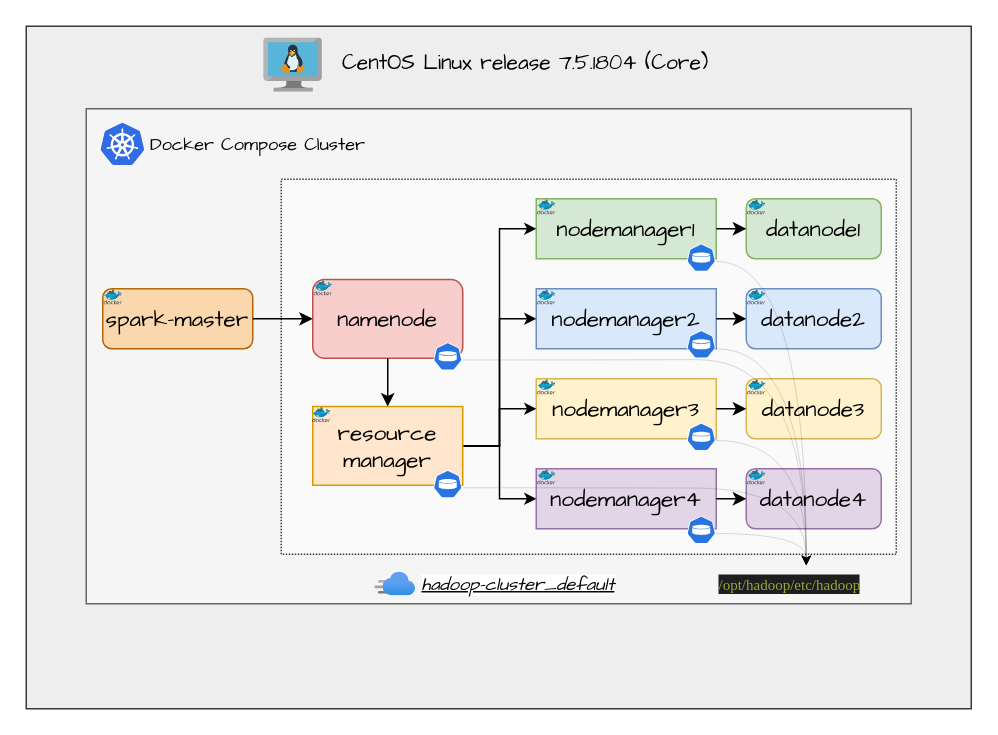
This is cinespark.drawio from siruzhong/drawing, a draw.io file, before an edit. Source tidied: cells renumbered, new cells numbered last; positions are measured from the earlier drawing's top-left corner, leaving out a move shared by most shapes. Both pictures are drawn from the tidied source at 150%, with x=0, y=0 at pixel (26, 26). Pictures stored in the file or linked from it are replaced by grey dashed boxes.
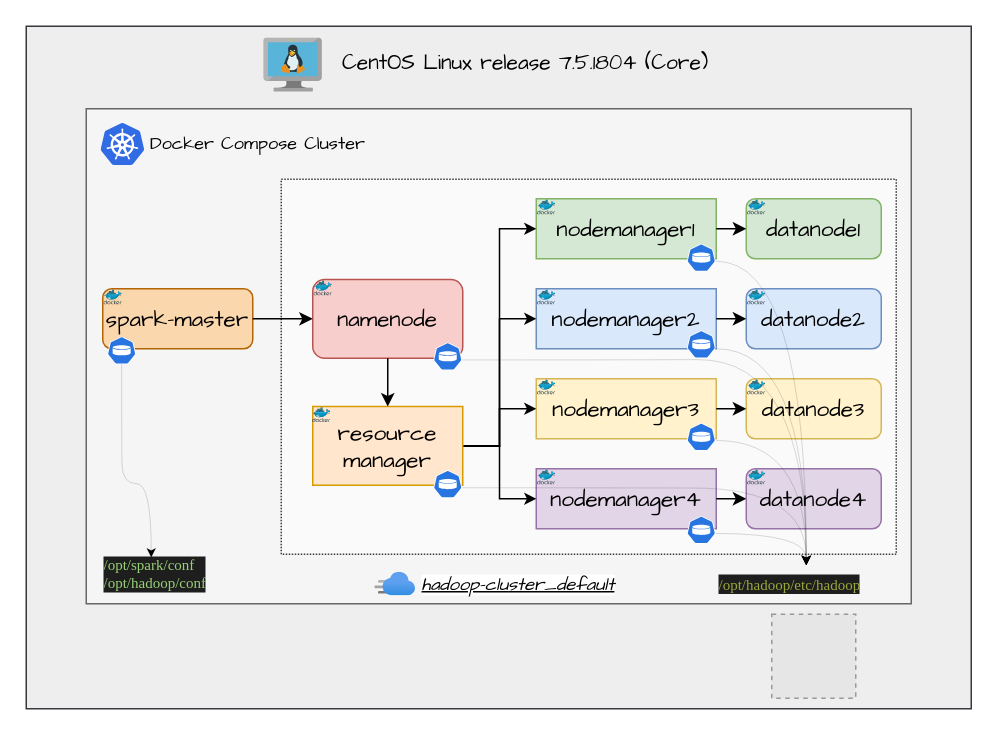
The same diagram, later.

What changed in the source:
```diff
@@
     <mxCell id="39" value="Docker Compose Cluster" style="text;fontStyle=0;align=left;labelBackgroundColor=none;labelBorderColor=none;fontColor=default;whiteSpace=wrap;html=1;verticalAlign=middle;horizontal=1;fontFamily=Comic Sans MS;" parent="1" vertex="1">
-      <mxGeometry x="81.2" y="67" width="196.8" height="26" as="geometry" />
+      <mxGeometry x="81.2" y="66" width="196.8" height="26" as="geometry" />
     </mxCell>
@@
+    <mxCell id="56" value="&lt;p style=&quot;line-height: 120%;&quot;&gt;&lt;/p&gt;&lt;div style=&quot;background-color: rgb(30, 30, 30); font-weight: normal; line-height: 120%;&quot;&gt;&lt;div style=&quot;line-height: 120%; font-size: 10px;&quot;&gt;&lt;font style=&quot;font-size: 10px;&quot; color=&quot;#97d077&quot;&gt;&lt;font face=&quot;Times New Roman&quot; style=&quot;font-size: 10px;&quot;&gt;/opt/spark/conf&lt;br&gt;&lt;/font&gt;&lt;span style=&quot;font-family: &amp;quot;Times New Roman&amp;quot;;&quot;&gt;/opt/hadoop/conf&lt;/span&gt;&lt;/font&gt;&lt;span style=&quot;color: rgb(154, 168, 58);&quot;&gt;&lt;font face=&quot;Times New Roman&quot; style=&quot;font-size: 10px;&quot;&gt;&lt;br&gt;&lt;/font&gt;&lt;/span&gt;&lt;/div&gt;&lt;/div&gt;&lt;p&gt;&lt;/p&gt;" style="text;whiteSpace=wrap;html=1;" parent="1" vertex="1">
+      <mxGeometry x="50" y="335" width="105.8" height="20" as="geometry" />
+    </mxCell>
+    <mxCell id="57" style="sketch=0;html=1;dashed=0;whitespace=wrap;fillColor=#2875E2;strokeColor=#ffffff;points=[[0.005,0.63,0],[0.1,0.2,0],[0.9,0.2,0],[0.5,0,0],[0.995,0.63,0],[0.72,0.99,0],[0.5,1,0],[0.28,0.99,0]];verticalLabelPosition=bottom;align=center;verticalAlign=top;shape=mxgraph.kubernetes.icon;prIcon=vol;" parent="1" vertex="1">
+      <mxGeometry x="53.6" y="206.8" width="20" height="18.5" as="geometry" />
+    </mxCell>
+    <mxCell id="58" style="endArrow=classic;html=1;rounded=0;entryX=0.315;entryY=0.95;entryDx=0;entryDy=0;horizontal=1;strokeWidth=0;exitX=0.5;exitY=1;exitDx=0;exitDy=0;exitPerimeter=0;entryPerimeter=0;edgeStyle=orthogonalEdgeStyle;curved=1;" parent="1" edge="1" source="57" target="56">
+      <mxGeometry relative="1" as="geometry">
+        <Array as="points">
+          <mxPoint x="64" y="278" />
+          <mxPoint x="64" y="278" />
+          <mxPoint x="64" y="305" />
+          <mxPoint x="83" y="305" />
+        </Array>
+      </mxGeometry>
+    </mxCell>
+    <mxCell id="59" style="fillColor=#E6E6E6;strokeColor=#999999;dashed=1;html=1;verticalAlign=top;verticalLabelPosition=bottom;labelBackgroundColor=#ffffff;" parent="1" vertex="1">
+      <mxGeometry x="497" y="392" width="56" height="56" as="geometry" />
+    </mxCell>
```
